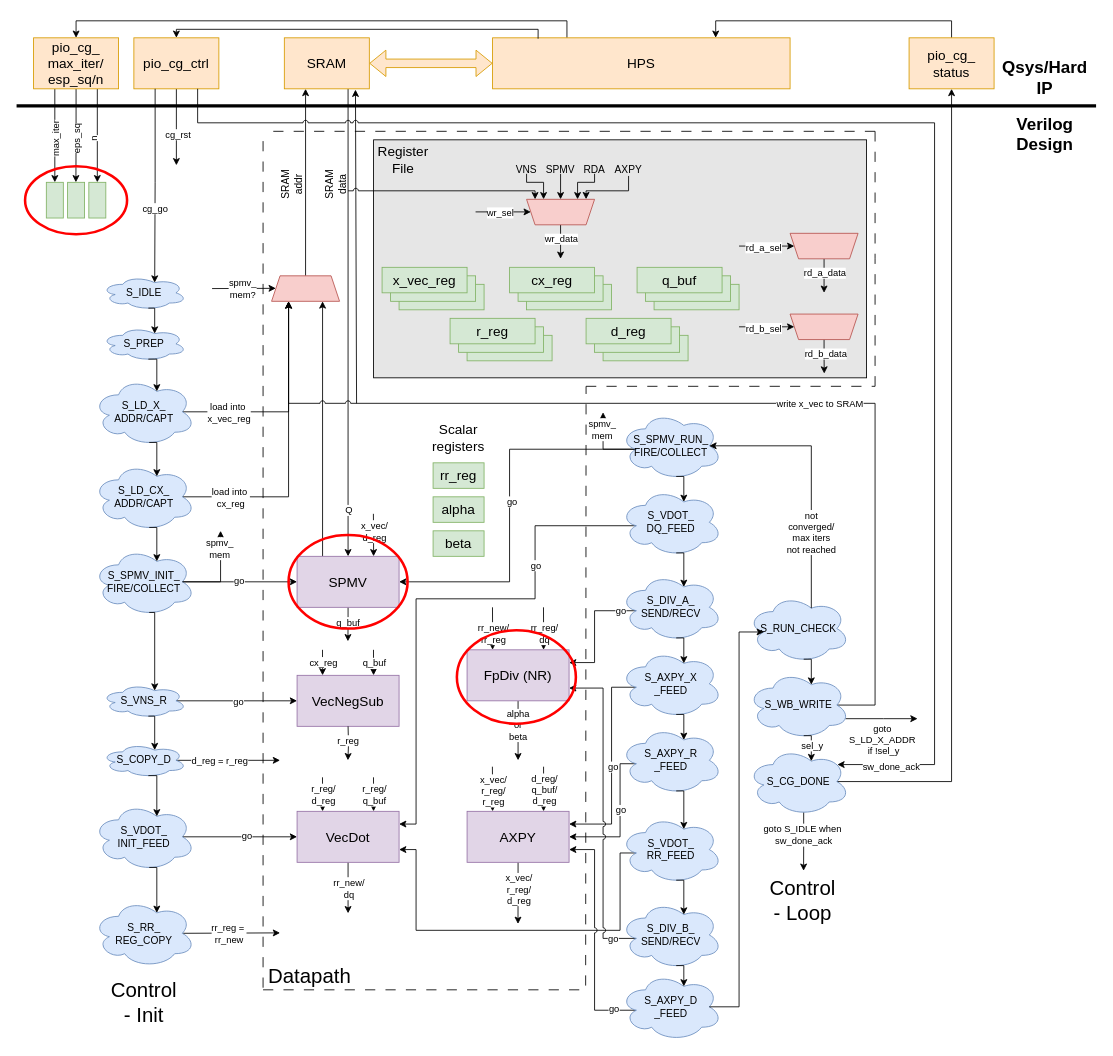
Above: images/v3.drawio in pis7/ece5760-final-project (draw.io), before the change. Source tidied: cells renumbered, new cells numbered last; positions are measured from the earlier drawing's top-left corner, leaving out a move shared by most shapes. Both pictures are drawn from the tidied source at 85%, with x=0, y=0 at pixel (16, 29).
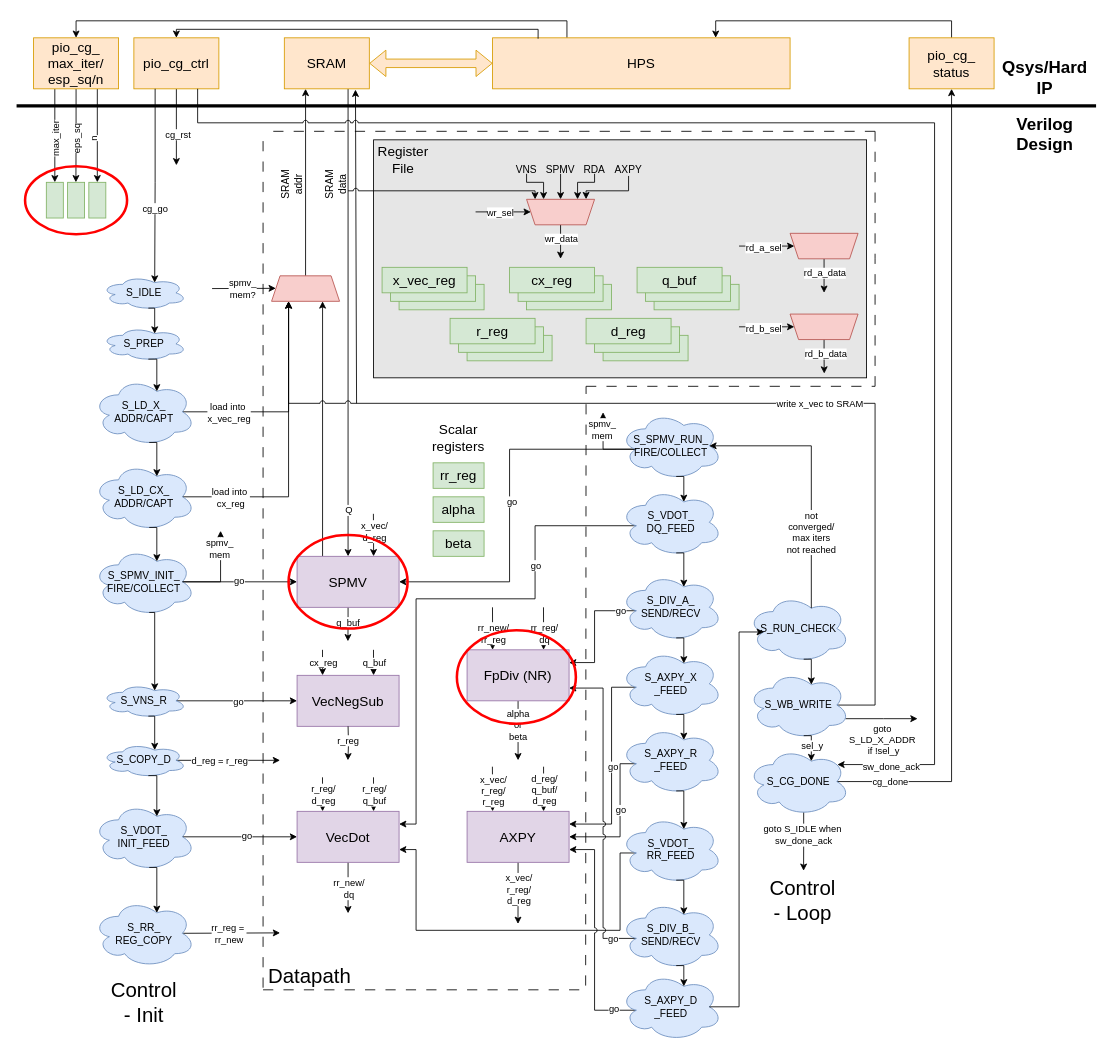
After the change.

Unchanged cells that the change refers to:
```xml
<mxCell id="128" style="edgeStyle=orthogonalEdgeStyle;rounded=0;jettySize=auto;html=1;exitX=0.875;exitY=0.5;exitDx=0;exitDy=0;exitPerimeter=0;entryX=0.5;entryY=1;entryDx=0;entryDy=0;" parent="1" edge="1" source="129" target="182">
  <mxGeometry relative="1" as="geometry" />
</mxCell>
```

Diff of the diagram source:
```diff
@@
+    <mxCell id="211" value="cg_done" style="edgeLabel;html=1;align=center;verticalAlign=middle;" parent="128" vertex="1">
+      <mxGeometry x="-0.87" y="1" relative="1" as="geometry" />
+    </mxCell>
```
